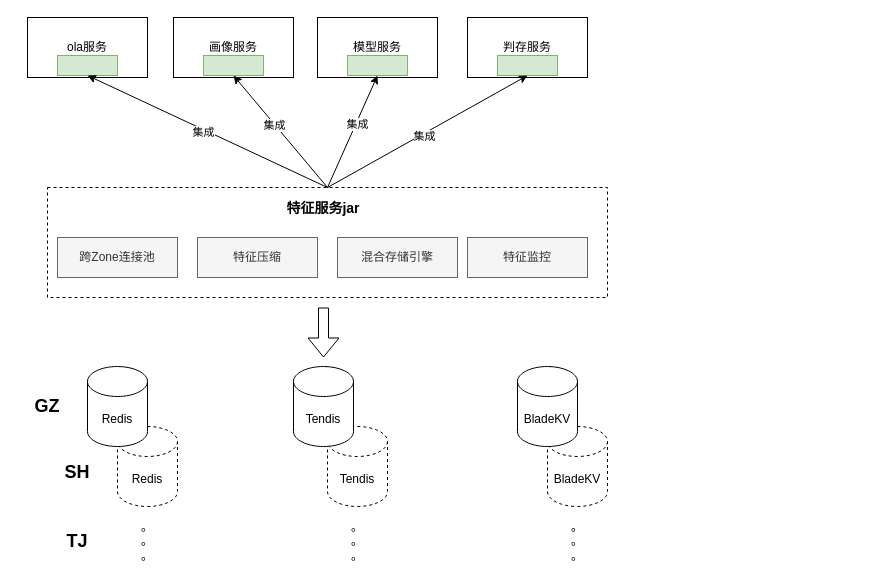
Before: f_serving_high_level.drawio in learn2Pro/draw_io_save, a draw.io diagram. Source tidied: cells renumbered, new cells numbered last; positions are measured from the earlier drawing's top-left corner, leaving out a move shared by most shapes. Both pictures are drawn from the tidied source at 100%, with x=0, y=0 at pixel (17, 17).
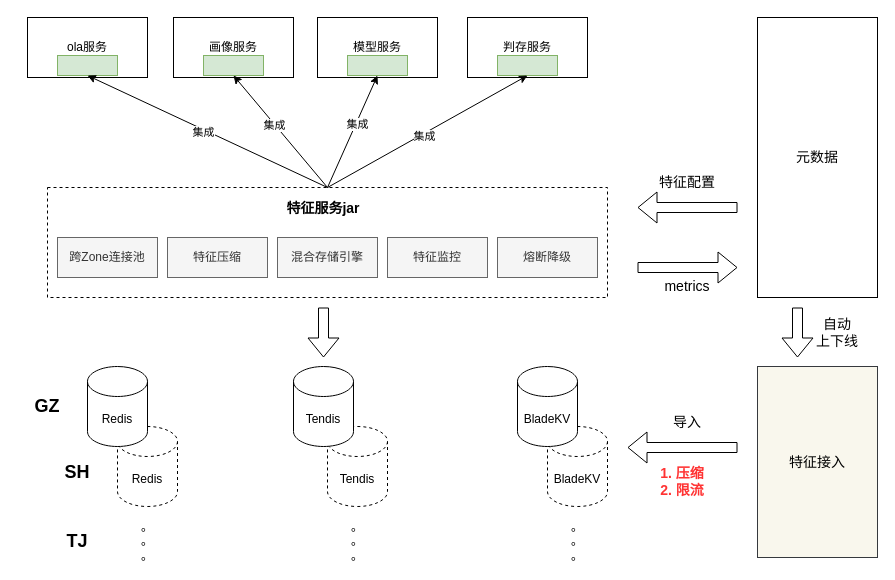
The same page after the edit.

The edit, as a diff of the source:
```diff
@@
-    <mxCell id="22" value="跨Zone连接池" style="rounded=0;whiteSpace=wrap;html=1;fillColor=#f5f5f5;fontColor=#333333;strokeColor=#666666;" parent="1" vertex="1">
-      <mxGeometry x="40" y="220" width="120" height="40" as="geometry" />
-    </mxCell>
-    <mxCell id="23" value="特征压缩" style="rounded=0;whiteSpace=wrap;html=1;fillColor=#f5f5f5;fontColor=#333333;strokeColor=#666666;" parent="1" vertex="1">
-      <mxGeometry x="180" y="220" width="120" height="40" as="geometry" />
-    </mxCell>
-    <mxCell id="24" value="特征监控" style="rounded=0;whiteSpace=wrap;html=1;fillColor=#f5f5f5;fontColor=#333333;strokeColor=#666666;" parent="1" vertex="1">
-      <mxGeometry x="450" y="220" width="120" height="40" as="geometry" />
-    </mxCell>
-    <mxCell id="25" value="混合存储引擎" style="rounded=0;whiteSpace=wrap;html=1;fillColor=#f5f5f5;fontColor=#333333;strokeColor=#666666;" parent="1" vertex="1">
-      <mxGeometry x="320" y="220" width="120" height="40" as="geometry" />
-    </mxCell>
@@
+    <mxCell id="37" value="元数据" style="rounded=0;whiteSpace=wrap;html=1;fontSize=14;" parent="1" vertex="1">
+      <mxGeometry x="740" width="120" height="280" as="geometry" />
+    </mxCell>
+    <mxCell id="38" style="shape=flexArrow;endArrow=classic;html=1;rounded=0;fontSize=14;" parent="1" edge="1">
+      <mxGeometry relative="1" as="geometry">
+        <mxPoint x="720" y="190" as="sourcePoint" />
+        <mxPoint x="620" y="190" as="targetPoint" />
+      </mxGeometry>
+    </mxCell>
+    <mxCell id="39" value="特征配置" style="text;html=1;strokeColor=none;fillColor=none;align=center;verticalAlign=middle;whiteSpace=wrap;rounded=0;dashed=1;fontSize=14;" parent="1" vertex="1">
+      <mxGeometry x="640" y="150" width="60" height="30" as="geometry" />
+    </mxCell>
+    <mxCell id="40" style="shape=flexArrow;endArrow=classic;html=1;rounded=0;fontSize=14;" parent="1" edge="1">
+      <mxGeometry relative="1" as="geometry">
+        <mxPoint x="620" y="250" as="sourcePoint" />
+        <mxPoint x="720" y="250" as="targetPoint" />
+      </mxGeometry>
+    </mxCell>
+    <mxCell id="41" value="metrics" style="text;html=1;strokeColor=none;fillColor=none;align=center;verticalAlign=middle;whiteSpace=wrap;rounded=0;dashed=1;fontSize=14;" parent="1" vertex="1">
+      <mxGeometry x="640" y="254" width="60" height="30" as="geometry" />
+    </mxCell>
+    <mxCell id="42" value="特征接入" style="rounded=0;whiteSpace=wrap;html=1;fontSize=14;fillColor=#f9f7ed;strokeColor=#36393d;" parent="1" vertex="1">
+      <mxGeometry x="740" y="349" width="120" height="191" as="geometry" />
+    </mxCell>
+    <mxCell id="43" style="shape=flexArrow;endArrow=classic;html=1;rounded=0;fontSize=14;" parent="1" edge="1">
+      <mxGeometry relative="1" as="geometry">
+        <mxPoint x="720" y="430" as="sourcePoint" />
+        <mxPoint x="610" y="430" as="targetPoint" />
+      </mxGeometry>
+    </mxCell>
+    <mxCell id="44" style="edgeStyle=orthogonalEdgeStyle;rounded=0;orthogonalLoop=1;jettySize=auto;html=1;exitX=0.5;exitY=1;exitDx=0;exitDy=0;fontSize=14;" parent="1" edge="1" source="41" target="41">
+      <mxGeometry relative="1" as="geometry" />
+    </mxCell>
+    <mxCell id="45" value="导入" style="text;html=1;strokeColor=none;fillColor=none;align=center;verticalAlign=middle;whiteSpace=wrap;rounded=0;dashed=1;fontSize=14;" parent="1" vertex="1">
+      <mxGeometry x="640" y="390" width="60" height="30" as="geometry" />
+    </mxCell>
+    <mxCell id="46" value="&lt;font color=&quot;#ff3333&quot;&gt;&lt;b&gt;1. 压缩&lt;br&gt;2. 限流&lt;/b&gt;&lt;/font&gt;" style="text;html=1;strokeColor=none;fillColor=none;align=center;verticalAlign=middle;whiteSpace=wrap;rounded=0;dashed=1;fontSize=14;" parent="1" vertex="1">
+      <mxGeometry x="620" y="439" width="90" height="50" as="geometry" />
+    </mxCell>
+    <mxCell id="47" style="shape=flexArrow;endArrow=classic;html=1;rounded=0;fontSize=14;" parent="1" edge="1">
+      <mxGeometry relative="1" as="geometry">
+        <mxPoint x="780" y="290" as="sourcePoint" />
+        <mxPoint x="780" y="340" as="targetPoint" />
+      </mxGeometry>
+    </mxCell>
+    <mxCell id="48" value="自动&lt;br&gt;上下线" style="text;html=1;strokeColor=none;fillColor=none;align=center;verticalAlign=middle;whiteSpace=wrap;rounded=0;dashed=1;fontSize=14;" parent="1" vertex="1">
+      <mxGeometry x="790" y="300" width="60" height="30" as="geometry" />
+    </mxCell>
+    <mxCell id="49" style="group;" parent="1" vertex="1">
+      <mxGeometry x="40" y="220" width="540" height="40" as="geometry" />
+    </mxCell>
+    <mxCell id="22" value="跨Zone连接池" style="rounded=0;whiteSpace=wrap;html=1;fillColor=#f5f5f5;fontColor=#333333;strokeColor=#666666;flipH=1;flipV=1;" parent="49" vertex="1">
+      <mxGeometry width="100" height="40" as="geometry" />
+    </mxCell>
+    <mxCell id="23" value="特征压缩" style="rounded=0;whiteSpace=wrap;html=1;fillColor=#f5f5f5;fontColor=#333333;strokeColor=#666666;flipH=1;flipV=1;" parent="49" vertex="1">
+      <mxGeometry x="110" width="100" height="40" as="geometry" />
+    </mxCell>
+    <mxCell id="24" value="特征监控" style="rounded=0;whiteSpace=wrap;html=1;fillColor=#f5f5f5;fontColor=#333333;strokeColor=#666666;flipH=1;flipV=1;" parent="49" vertex="1">
+      <mxGeometry x="330" width="100" height="40" as="geometry" />
+    </mxCell>
+    <mxCell id="25" value="混合存储引擎" style="rounded=0;whiteSpace=wrap;html=1;fillColor=#f5f5f5;fontColor=#333333;strokeColor=#666666;flipH=1;flipV=1;" parent="49" vertex="1">
+      <mxGeometry x="220" width="100" height="40" as="geometry" />
+    </mxCell>
+    <mxCell id="50" value="熔断降级" style="rounded=0;whiteSpace=wrap;html=1;fillColor=#f5f5f5;fontColor=#333333;strokeColor=#666666;flipH=1;flipV=1;" parent="49" vertex="1">
+      <mxGeometry x="440" width="100" height="40" as="geometry" />
+    </mxCell>
```
